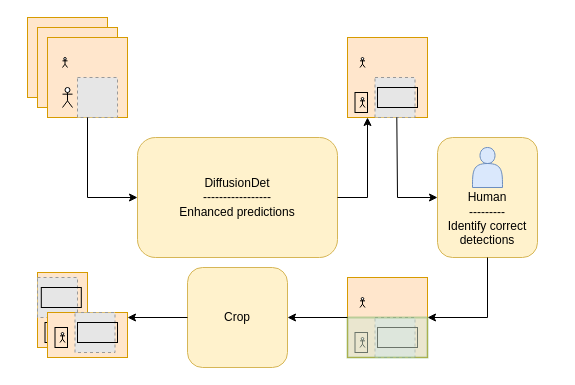
The draw.io diagram Untitled Diagram.drawio in LeanderHeuvel/thesis-graphs, before the edit. Source tidied: cells renumbered, new cells numbered last; positions are measured from the earlier drawing's top-left corner, leaving out a move shared by most shapes. Both pictures are drawn from the tidied source at 100%, with x=0, y=0 at pixel (27, 17). Pictures stored in the file or linked from it are replaced by grey dashed boxes.
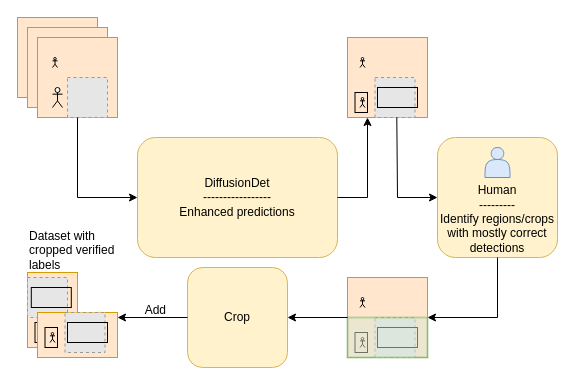
Above is the later version.

The change refers to these unchanged cells:
```xml
<mxCell id="9" value="DiffusionDet&lt;br&gt;-----------------&lt;br&gt;Enhanced predictions" style="rounded=1;whiteSpace=wrap;html=1;fillColor=#fff2cc;strokeColor=#d6b656;" parent="1" vertex="1">
  <mxGeometry x="110" y="120" width="200" height="120" as="geometry" />
</mxCell>
```

Diff of the diagram source:
```diff
@@
     <mxCell id="2" style="fillColor=#E6E6E6;strokeColor=#999999;dashed=1;html=1;verticalAlign=top;verticalLabelPosition=bottom;labelBackgroundColor=#ffffff;" parent="1" vertex="1">
-      <mxGeometry x="7.5" y="30" width="40" height="40" as="geometry" />
+      <mxGeometry x="-2.5" y="30" width="40" height="40" as="geometry" />
     </mxCell>
     <mxCell id="3" style="rounded=0;whiteSpace=wrap;html=1;fillColor=#ffe6cc;strokeColor=#d79b00;" parent="1" vertex="1">
-      <mxGeometry x="10" y="255" width="50" height="75" as="geometry" />
+      <mxGeometry y="255" width="50" height="75" as="geometry" />
     </mxCell>
     <mxCell id="4" style="shape=umlActor;verticalLabelPosition=bottom;verticalAlign=top;html=1;" parent="1" vertex="1">
-      <mxGeometry x="22.5" y="310" width="5" height="10" as="geometry" />
+      <mxGeometry x="12.5" y="310" width="5" height="10" as="geometry" />
     </mxCell>
     <mxCell id="5" style="fillColor=#E6E6E6;strokeColor=#999999;dashed=1;html=1;verticalAlign=top;verticalLabelPosition=bottom;labelBackgroundColor=#ffffff;" parent="1" vertex="1">
-      <mxGeometry x="10" y="260" width="40" height="40" as="geometry" />
+      <mxGeometry y="260" width="40" height="40" as="geometry" />
     </mxCell>
     <mxCell id="6" style="rounded=0;whiteSpace=wrap;html=1;fillColor=none;" parent="1" vertex="1">
-      <mxGeometry x="13.8" y="270" width="40" height="20" as="geometry" />
+      <mxGeometry x="3.8" y="270" width="40" height="20" as="geometry" />
     </mxCell>
     <mxCell id="7" style="rounded=0;whiteSpace=wrap;html=1;fillColor=none;" parent="1" vertex="1">
-      <mxGeometry x="17.5" y="305" width="12.5" height="20" as="geometry" />
+      <mxGeometry x="7.5" y="305" width="12.5" height="20" as="geometry" />
     </mxCell>
     <mxCell id="8" style="rounded=0;whiteSpace=wrap;html=1;fillColor=#ffe6cc;strokeColor=#d79b00;" parent="1" vertex="1">
-      <mxGeometry x="20" y="295" width="80" height="45" as="geometry" />
+      <mxGeometry x="10" y="295" width="80" height="45" as="geometry" />
     </mxCell>
@@
     <mxCell id="10" style="whiteSpace=wrap;html=1;fillColor=#ffe6cc;strokeColor=#d79b00;gradientColor=none;fillStyle=auto;" parent="1" vertex="1">
-      <mxGeometry width="80" height="80" as="geometry" />
+      <mxGeometry x="-10" width="80" height="80" as="geometry" />
     </mxCell>
     <mxCell id="11" style="whiteSpace=wrap;html=1;fillColor=#ffe6cc;strokeColor=#d79b00;gradientColor=none;fillStyle=auto;" parent="1" vertex="1">
-      <mxGeometry x="10" y="10" width="80" height="80" as="geometry" />
+      <mxGeometry y="10" width="80" height="80" as="geometry" />
     </mxCell>
     <mxCell id="12" style="whiteSpace=wrap;html=1;fillColor=#ffe6cc;strokeColor=#d79b00;gradientColor=none;fillStyle=auto;" parent="1" vertex="1">
-      <mxGeometry x="20" y="20" width="80" height="80" as="geometry" />
+      <mxGeometry x="10" y="20" width="80" height="80" as="geometry" />
     </mxCell>
     <mxCell id="13" style="shape=umlActor;verticalLabelPosition=bottom;verticalAlign=top;html=1;" parent="1" vertex="1">
-      <mxGeometry x="35" y="70" width="10" height="20" as="geometry" />
+      <mxGeometry x="25" y="70" width="10" height="20" as="geometry" />
     </mxCell>
@@
     <mxCell id="15" style="fillColor=#E6E6E6;strokeColor=#999999;dashed=1;html=1;verticalAlign=top;verticalLabelPosition=bottom;labelBackgroundColor=#ffffff;" parent="1" vertex="1">
-      <mxGeometry x="50" y="60" width="40" height="40" as="geometry" />
+      <mxGeometry x="40" y="60" width="40" height="40" as="geometry" />
     </mxCell>
     <mxCell id="16" style="shape=umlActor;verticalLabelPosition=bottom;verticalAlign=top;html=1;" parent="1" vertex="1">
-      <mxGeometry x="35" y="40" width="5" height="10" as="geometry" />
+      <mxGeometry x="25" y="40" width="5" height="10" as="geometry" />
     </mxCell>
     <mxCell id="17" style="endArrow=classic;html=1;rounded=0;exitX=0.25;exitY=1;exitDx=0;exitDy=0;entryX=0;entryY=0.5;entryDx=0;entryDy=0;" parent="1" edge="1" source="15" target="9">
       <mxGeometry relative="1" as="geometry">
         <Array as="points">
-          <mxPoint x="60" y="180" />
+          <mxPoint x="50" y="180" />
         </Array>
       </mxGeometry>
     </mxCell>
@@
-    <mxCell id="24" value="&lt;br&gt;&lt;br&gt;&lt;br&gt;Human&lt;br&gt;---------&lt;br&gt;Identify correct detections" style="rounded=1;whiteSpace=wrap;html=1;fillColor=#fff2cc;strokeColor=#d6b656;" parent="1" vertex="1">
-      <mxGeometry x="410" y="120" width="100" height="120" as="geometry" />
+    <mxCell id="24" value="&lt;br&gt;&lt;br&gt;&lt;br&gt;Human&lt;br&gt;---------&lt;br&gt;Identify regions/crops with mostly correct detections" style="rounded=1;whiteSpace=wrap;html=1;fillColor=#fff2cc;strokeColor=#d6b656;" parent="1" vertex="1">
+      <mxGeometry x="410" y="120" width="120" height="120" as="geometry" />
     </mxCell>
     <mxCell id="25" style="shape=actor;whiteSpace=wrap;html=1;fillColor=#dae8fc;strokeColor=#6c8ebf;" parent="1" vertex="1">
-      <mxGeometry x="445" y="130" width="30" height="40" as="geometry" />
+      <mxGeometry x="457.5" y="130" width="25" height="30" as="geometry" />
     </mxCell>
@@
     <mxCell id="27" style="shape=umlActor;verticalLabelPosition=bottom;verticalAlign=top;html=1;" parent="1" vertex="1">
-      <mxGeometry x="32.5" y="315" width="5" height="10" as="geometry" />
+      <mxGeometry x="22.5" y="315" width="5" height="10" as="geometry" />
     </mxCell>
     <mxCell id="28" style="fillColor=#E6E6E6;strokeColor=#999999;dashed=1;html=1;verticalAlign=top;verticalLabelPosition=bottom;labelBackgroundColor=#ffffff;" parent="1" vertex="1">
-      <mxGeometry x="47.5" y="295" width="40" height="40" as="geometry" />
+      <mxGeometry x="37.5" y="295" width="40" height="40" as="geometry" />
     </mxCell>
     <mxCell id="29" style="rounded=0;whiteSpace=wrap;html=1;fillColor=none;" parent="1" vertex="1">
-      <mxGeometry x="50" y="305" width="40" height="20" as="geometry" />
+      <mxGeometry x="40" y="305" width="40" height="20" as="geometry" />
     </mxCell>
     <mxCell id="30" style="rounded=0;whiteSpace=wrap;html=1;fillColor=none;" parent="1" vertex="1">
-      <mxGeometry x="27.5" y="310" width="12.5" height="20" as="geometry" />
+      <mxGeometry x="17.5" y="310" width="12.5" height="20" as="geometry" />
     </mxCell>
     <mxCell id="31" style="endArrow=classic;html=1;rounded=0;exitX=0.5;exitY=1;exitDx=0;exitDy=0;entryX=1;entryY=0;entryDx=0;entryDy=0;" parent="1" edge="1" source="24">
       <mxGeometry relative="1" as="geometry">
         <mxPoint x="400" y="300" as="targetPoint" />
         <Array as="points">
-          <mxPoint x="460" y="300" />
+          <mxPoint x="470" y="300" />
         </Array>
       </mxGeometry>
     </mxCell>
@@
-    <mxCell id="41" style="endArrow=classic;html=1;rounded=0;exitX=0;exitY=0;exitDx=0;exitDy=0;entryX=1;entryY=0;entryDx=0;entryDy=0;" parent="1" edge="1">
+    <mxCell id="41" style="endArrow=classic;html=1;rounded=0;exitX=0;exitY=0;exitDx=0;exitDy=0;entryX=1;entryY=0.111;entryDx=0;entryDy=0;entryPerimeter=0;" parent="1" edge="1" target="8">
       <mxGeometry relative="1" as="geometry">
         <mxPoint x="160" y="300" as="sourcePoint" />
-        <mxPoint x="100" y="300" as="targetPoint" />
         <Array as="points">
           <mxPoint x="160" y="300" />
         </Array>
       </mxGeometry>
     </mxCell>
+    <mxCell id="42" value="Add&amp;nbsp;" style="text;html=1;strokeColor=none;fillColor=none;align=center;verticalAlign=middle;whiteSpace=wrap;rounded=0;" parent="1" vertex="1">
+      <mxGeometry x="100" y="277.5" width="60" height="30" as="geometry" />
+    </mxCell>
+    <mxCell id="43" value="Dataset with cropped verified labels" style="text;html=1;strokeColor=none;fillColor=none;align=left;verticalAlign=middle;whiteSpace=wrap;rounded=0;" parent="1" vertex="1">
+      <mxGeometry y="210" width="100" height="45" as="geometry" />
+    </mxCell>
```
